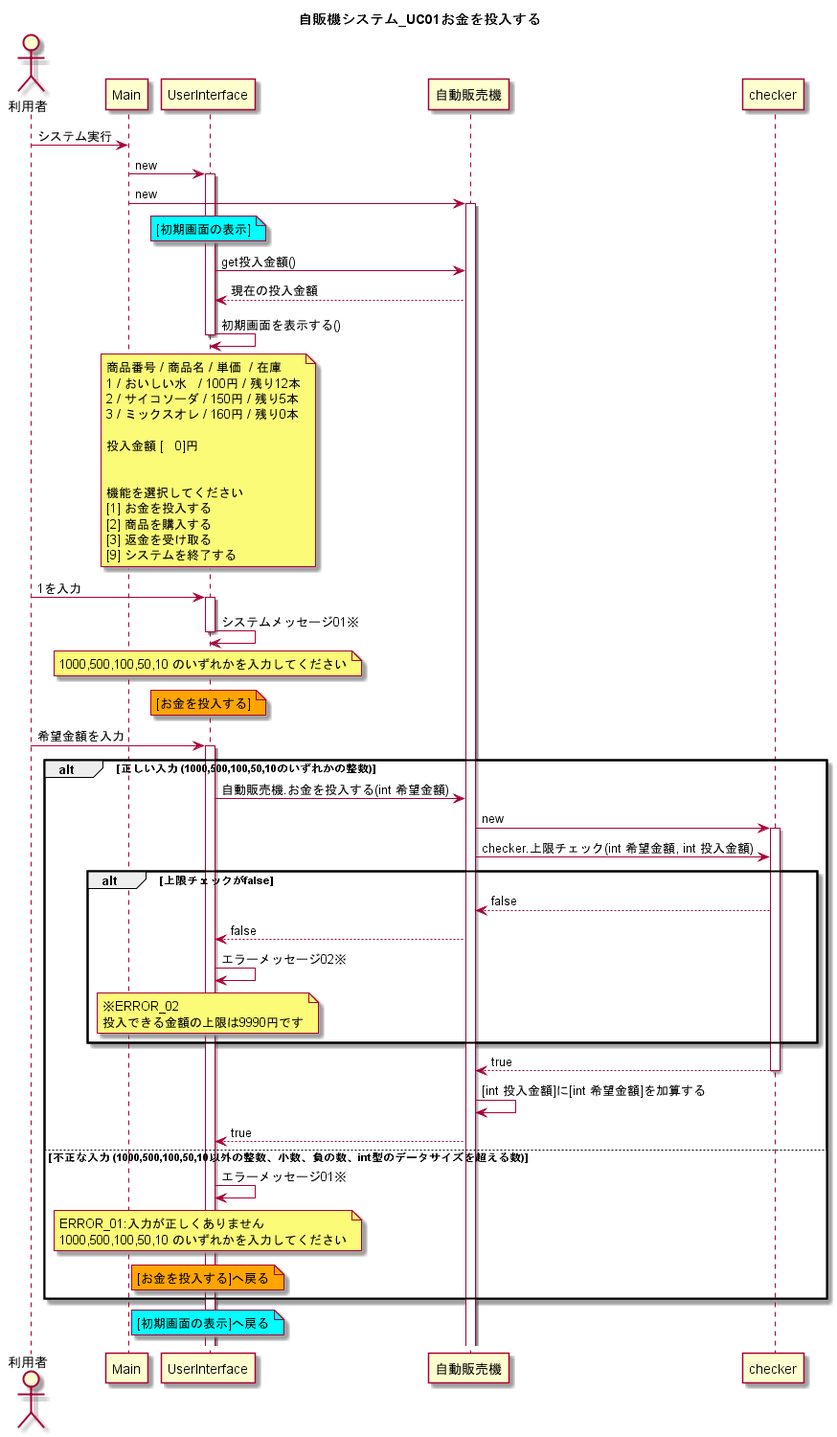
Earlier version of the PlantUML export UML_class_sequence/自販機システム_UC01お金を投入する.png (W-Nakayama-24/VendingMachine_CUI).
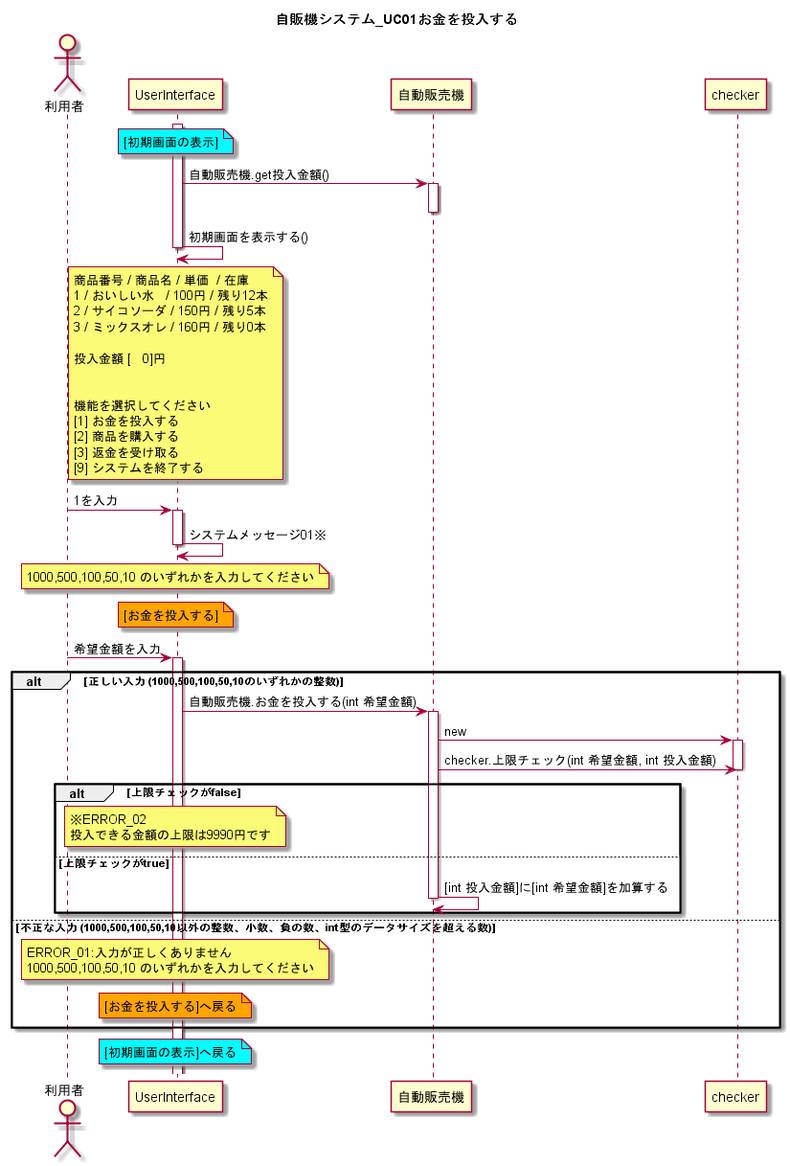
The same file after the commit.

Commit message:
FIX classDiag and sequence01

Diff of the diagram source:
```diff
@@ -2,21 +2,15 @@
 title 自販機システム_UC01お金を投入する
 
 actor 利用者
-利用者 -> Main : システム実行
 
-participant Main
-
-Main -> UserInterface : new
 activate UserInterface
-Main -> 自動販売機 : new
-activate 自動販売機
 
 note over UserInterface #Cyan
 [初期画面の表示]
 end note
-UserInterface -> 自動販売機 : get投入金額()
-UserInterface <-- 自動販売機 : 現在の投入金額
-
+UserInterface -> 自動販売機 : 自動販売機.get投入金額()
+activate 自動販売機
+deactivate 自動販売機
 UserInterface <- UserInterface : 初期画面を表示する()
     note over UserInterface
     商品番号 / 商品名 / 単価  / 在庫
@@ -56,31 +50,28 @@
 alt 正しい入力 (1000,500,100,50,10のいずれかの整数)
 
 UserInterface -> 自動販売機 : 自動販売機.お金を投入する(int 希望金額)
-
+activate 自動販売機
 自動販売機 -> checker : new
 activate checker
 
 自動販売機 -> checker : checker.上限チェック(int 希望金額, int 投入金額)
+deactivate checker
 
 alt 上限チェックがfalse
 
-自動販売機 <-- checker : false
-UserInterface <-- 自動販売機 : false
-UserInterface <- UserInterface : エラーメッセージ02※
     note over UserInterface
     ※ERROR_02
     投入できる金額の上限は9990円です
     end note
+
+else 上限チェックがtrue
+自動販売機 <- 自動販売機 : [int 投入金額]に[int 希望金額]を加算する
+deactivate 自動販売機
 end
 
-自動販売機 <-- checker : true
-deactivate checker
-自動販売機 <- 自動販売機 : [int 投入金額]に[int 希望金額]を加算する
-UserInterface <-- 自動販売機 : true
 
 
 else 不正な入力 (1000,500,100,50,10以外の整数、小数、負の数、int型のデータサイズを超える数)
-UserInterface <- UserInterface : エラーメッセージ01※
     note over UserInterface
     ERROR_01:入力が正しくありません
     1000,500,100,50,10 のいずれかを入力してください
```
